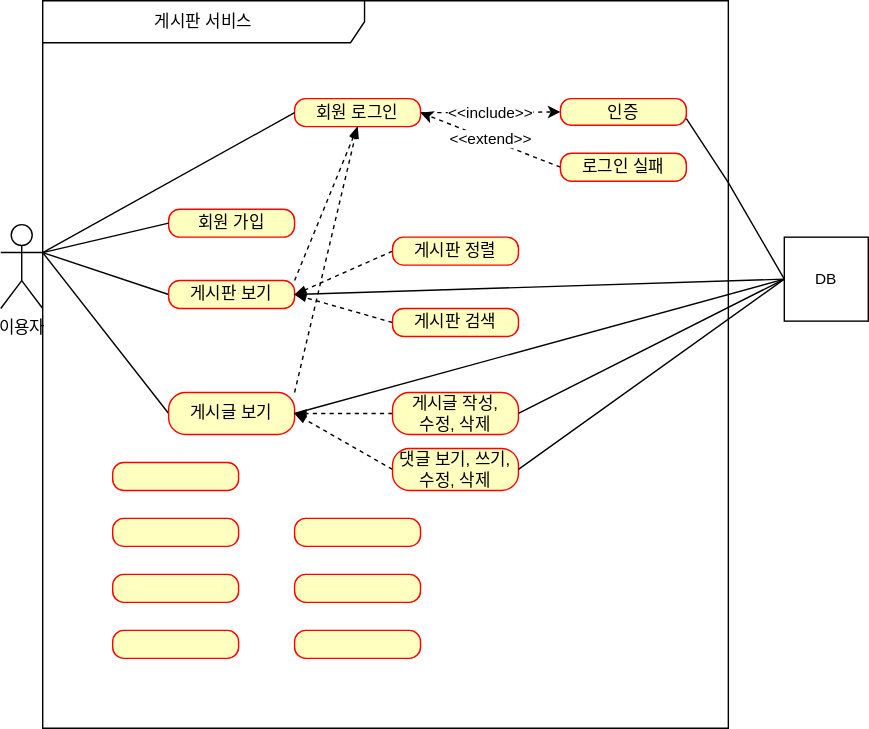
Above: document/use-case.svg in hormonee/board-project (draw.io), before the change. Source tidied: cells renumbered, new cells last; positions are measured from the earlier drawing's top-left corner, leaving out a move shared by most shapes.
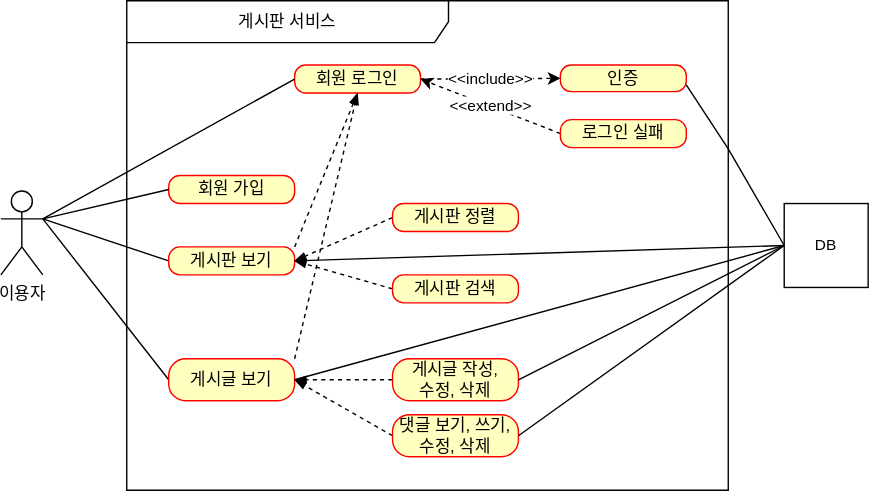
Above is the later version.

What changed in the source:
```diff
@@ -6,7 +6,7 @@
       <mxGeometry y="160" width="30" height="60" as="geometry" />
     </mxCell>
     <mxCell id="3" value="게시판 서비스" style="shape=umlFrame;whiteSpace=wrap;html=1;width=230;height=30;" parent="1" vertex="1">
-      <mxGeometry x="30" width="490" height="520" as="geometry" />
+      <mxGeometry x="90" y="24" width="430" height="350" as="geometry" />
     </mxCell>
     <mxCell id="4" value="회원 가입" style="rounded=1;whiteSpace=wrap;html=1;arcSize=40;fontColor=#000000;fillColor=#ffffc0;strokeColor=#ff0000;" parent="1" vertex="1">
       <mxGeometry x="120" y="149" width="90" height="20" as="geometry" />
@@ -75,33 +75,12 @@
     <mxCell id="22" value="댓글 보기, 쓰기,&lt;br&gt;수정, 삭제" style="rounded=1;whiteSpace=wrap;html=1;arcSize=40;fontColor=#000000;fillColor=#ffffc0;strokeColor=#ff0000;" parent="1" vertex="1">
       <mxGeometry x="280" y="320" width="90" height="30" as="geometry" />
     </mxCell>
-    <mxCell id="23" style="rounded=1;whiteSpace=wrap;html=1;arcSize=40;fontColor=#000000;fillColor=#ffffc0;strokeColor=#ff0000;" parent="1" vertex="1">
-      <mxGeometry x="210" y="370" width="90" height="20" as="geometry" />
-    </mxCell>
     <mxCell id="24" style="edgeStyle=none;shape=connector;rounded=0;jettySize=auto;html=1;exitX=0;exitY=0.5;exitDx=0;exitDy=0;entryX=1;entryY=0.5;entryDx=0;entryDy=0;dashed=1;labelBackgroundColor=default;strokeColor=default;align=center;verticalAlign=middle;fontFamily=Helvetica;fontSize=11;fontColor=default;endArrow=blockThin;endFill=1;" parent="1" edge="1" source="25" target="20">
       <mxGeometry relative="1" as="geometry" />
     </mxCell>
     <mxCell id="25" value="게시글 작성,&lt;br&gt;수정, 삭제" style="rounded=1;whiteSpace=wrap;html=1;arcSize=40;fontColor=#000000;fillColor=#ffffc0;strokeColor=#ff0000;" parent="1" vertex="1">
       <mxGeometry x="280" y="280" width="90" height="30" as="geometry" />
     </mxCell>
-    <mxCell id="26" style="rounded=1;whiteSpace=wrap;html=1;arcSize=40;fontColor=#000000;fillColor=#ffffc0;strokeColor=#ff0000;" parent="1" vertex="1">
-      <mxGeometry x="80" y="330" width="90" height="20" as="geometry" />
-    </mxCell>
-    <mxCell id="27" style="rounded=1;whiteSpace=wrap;html=1;arcSize=40;fontColor=#000000;fillColor=#ffffc0;strokeColor=#ff0000;" parent="1" vertex="1">
-      <mxGeometry x="80" y="370" width="90" height="20" as="geometry" />
-    </mxCell>
-    <mxCell id="28" style="rounded=1;whiteSpace=wrap;html=1;arcSize=40;fontColor=#000000;fillColor=#ffffc0;strokeColor=#ff0000;" parent="1" vertex="1">
-      <mxGeometry x="80" y="410" width="90" height="20" as="geometry" />
-    </mxCell>
-    <mxCell id="29" style="rounded=1;whiteSpace=wrap;html=1;arcSize=40;fontColor=#000000;fillColor=#ffffc0;strokeColor=#ff0000;" parent="1" vertex="1">
-      <mxGeometry x="80" y="450" width="90" height="20" as="geometry" />
-    </mxCell>
-    <mxCell id="30" style="rounded=1;whiteSpace=wrap;html=1;arcSize=40;fontColor=#000000;fillColor=#ffffc0;strokeColor=#ff0000;" parent="1" vertex="1">
-      <mxGeometry x="210" y="410" width="90" height="20" as="geometry" />
-    </mxCell>
-    <mxCell id="31" style="rounded=1;whiteSpace=wrap;html=1;arcSize=40;fontColor=#000000;fillColor=#ffffc0;strokeColor=#ff0000;" parent="1" vertex="1">
-      <mxGeometry x="210" y="450" width="90" height="20" as="geometry" />
-    </mxCell>
     <mxCell id="32" style="rounded=0;jettySize=auto;html=1;exitX=0;exitY=0.5;exitDx=0;exitDy=0;entryX=1;entryY=0.3333333333333333;entryDx=0;entryDy=0;entryPerimeter=0;endArrow=none;endFill=0;" parent="1" edge="1" source="4" target="2">
       <mxGeometry relative="1" as="geometry" />
     </mxCell>
```
